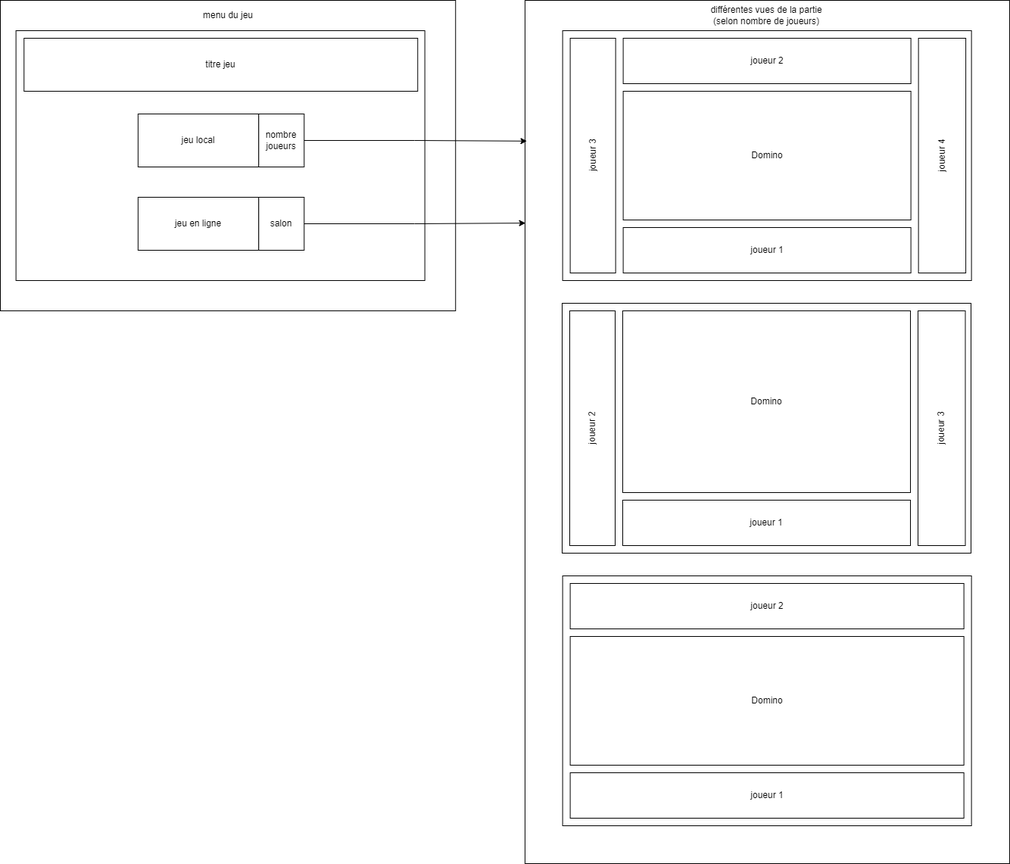
Before: ressources/prototype_maquette_vue.png, a diagram exported from draw.io (Davosthecool/Pickomino). Source tidied: cells renumbered, new cells last; positions are measured from the earlier drawing's top-left corner, leaving out a move shared by most shapes.
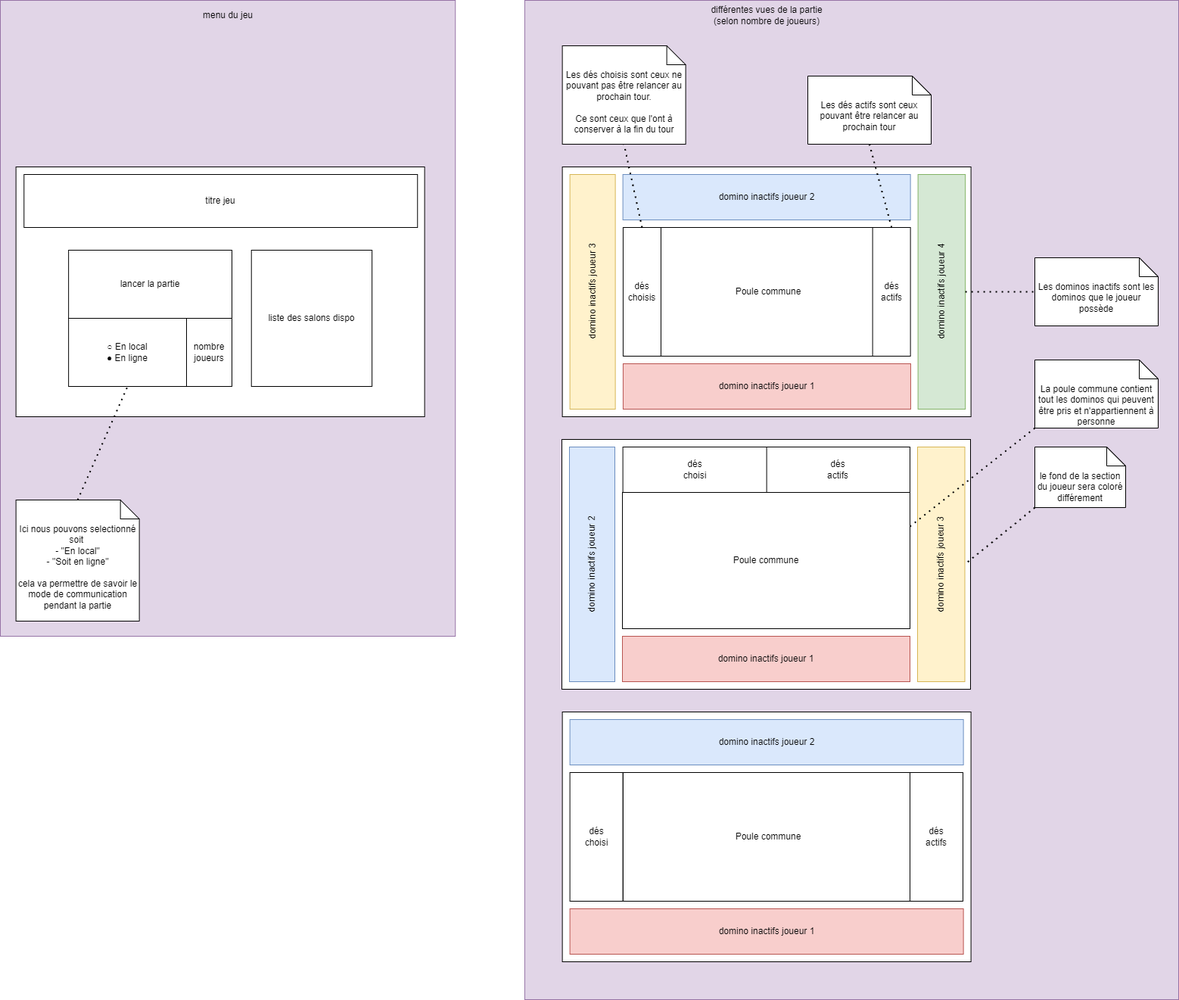
Above is the later version.

Diff of the diagram source:
```diff
@@ -2,11 +2,11 @@
   <root>
     <mxCell id="0" />
     <mxCell id="1" parent="0" />
-    <mxCell id="2" style="rounded=0;whiteSpace=wrap;html=1;" parent="1" vertex="1">
-      <mxGeometry width="601.2" height="410" as="geometry" />
+    <mxCell id="2" style="rounded=0;whiteSpace=wrap;html=1;fillColor=#e1d5e7;strokeColor=#9673a6;" parent="1" vertex="1">
+      <mxGeometry y="-180" width="601.2" height="840" as="geometry" />
     </mxCell>
-    <mxCell id="3" style="rounded=0;whiteSpace=wrap;html=1;" parent="1" vertex="1">
-      <mxGeometry x="692.9" width="640" height="1140" as="geometry" />
+    <mxCell id="3" style="rounded=0;whiteSpace=wrap;html=1;fillColor=#e1d5e7;strokeColor=#9673a6;" parent="1" vertex="1">
+      <mxGeometry x="692.9" y="-180" width="864.1" height="1320" as="geometry" />
     </mxCell>
     <mxCell id="4" style="rounded=0;whiteSpace=wrap;html=1;" parent="1" vertex="1">
       <mxGeometry x="20.6" y="40" width="540" height="330" as="geometry" />
@@ -14,74 +14,122 @@
     <mxCell id="5" style="rounded=0;whiteSpace=wrap;html=1;" parent="1" vertex="1">
       <mxGeometry x="742.6" y="40" width="540" height="330" as="geometry" />
     </mxCell>
-    <mxCell id="6" value="joueur 2" style="rounded=0;whiteSpace=wrap;html=1;" parent="1" vertex="1">
+    <mxCell id="6" value="domino inactifs joueur 2" style="rounded=0;whiteSpace=wrap;html=1;fillColor=#dae8fc;strokeColor=#6c8ebf;" parent="1" vertex="1">
       <mxGeometry x="822.6" y="50" width="380" height="60" as="geometry" />
     </mxCell>
-    <mxCell id="7" value="joueur 1" style="rounded=0;whiteSpace=wrap;html=1;" parent="1" vertex="1">
-      <mxGeometry x="822.6" y="300" width="380" height="60" as="geometry" />
-    </mxCell>
-    <mxCell id="8" value="joueur 3" style="rounded=0;whiteSpace=wrap;html=1;rotation=-90;" parent="1" vertex="1">
+    <mxCell id="8" value="domino inactifs joueur 3" style="rounded=0;whiteSpace=wrap;html=1;rotation=-90;fillColor=#fff2cc;strokeColor=#d6b656;" parent="1" vertex="1">
       <mxGeometry x="627.6" y="175" width="310" height="60" as="geometry" />
     </mxCell>
-    <mxCell id="9" value="joueur 4" style="rounded=0;whiteSpace=wrap;html=1;rotation=-90;" parent="1" vertex="1">
+    <mxCell id="9" value="domino inactifs joueur 4" style="rounded=0;whiteSpace=wrap;html=1;rotation=-90;fillColor=#d5e8d4;strokeColor=#82b366;" parent="1" vertex="1">
       <mxGeometry x="1088.9" y="173.8" width="310" height="62.5" as="geometry" />
     </mxCell>
-    <mxCell id="10" value="Domino" style="rounded=0;whiteSpace=wrap;html=1;" parent="1" vertex="1">
-      <mxGeometry x="822.6" y="120" width="380" height="170" as="geometry" />
+    <mxCell id="10" value="Poule commune" style="rounded=0;whiteSpace=wrap;html=1;" parent="1" vertex="1">
+      <mxGeometry x="872.9" y="120" width="284.1" height="170" as="geometry" />
     </mxCell>
     <mxCell id="11" style="rounded=0;whiteSpace=wrap;html=1;" parent="1" vertex="1">
       <mxGeometry x="742" y="400" width="540" height="330" as="geometry" />
     </mxCell>
-    <mxCell id="12" value="joueur 1" style="rounded=0;whiteSpace=wrap;html=1;" parent="1" vertex="1">
+    <mxCell id="12" value="domino inactifs joueur 1" style="rounded=0;whiteSpace=wrap;html=1;fillColor=#f8cecc;strokeColor=#b85450;" parent="1" vertex="1">
       <mxGeometry x="822" y="660" width="380" height="60" as="geometry" />
     </mxCell>
-    <mxCell id="13" value="joueur 2" style="rounded=0;whiteSpace=wrap;html=1;rotation=-90;" parent="1" vertex="1">
+    <mxCell id="13" value="domino inactifs joueur 2" style="rounded=0;whiteSpace=wrap;html=1;rotation=-90;fillColor=#dae8fc;strokeColor=#6c8ebf;" parent="1" vertex="1">
       <mxGeometry x="627" y="535" width="310" height="60" as="geometry" />
     </mxCell>
-    <mxCell id="14" value="joueur 3" style="rounded=0;whiteSpace=wrap;html=1;rotation=-90;" parent="1" vertex="1">
+    <mxCell id="14" value="domino inactifs joueur 3" style="rounded=0;whiteSpace=wrap;html=1;rotation=-90;fillColor=#fff2cc;strokeColor=#d6b656;" parent="1" vertex="1">
       <mxGeometry x="1088.2" y="533.8" width="310" height="62.5" as="geometry" />
     </mxCell>
-    <mxCell id="15" value="Domino" style="rounded=0;whiteSpace=wrap;html=1;" parent="1" vertex="1">
-      <mxGeometry x="822" y="410" width="380" height="240" as="geometry" />
+    <mxCell id="15" value="Poule commune" style="rounded=0;whiteSpace=wrap;html=1;" parent="1" vertex="1">
+      <mxGeometry x="822" y="470" width="380" height="180" as="geometry" />
     </mxCell>
     <mxCell id="16" style="rounded=0;whiteSpace=wrap;html=1;" parent="1" vertex="1">
       <mxGeometry x="742.6" y="760" width="540" height="330" as="geometry" />
     </mxCell>
-    <mxCell id="17" value="joueur 2" style="rounded=0;whiteSpace=wrap;html=1;" parent="1" vertex="1">
+    <mxCell id="17" value="domino inactifs joueur 2" style="rounded=0;whiteSpace=wrap;html=1;fillColor=#dae8fc;strokeColor=#6c8ebf;" parent="1" vertex="1">
       <mxGeometry x="752.6" y="770" width="520" height="60" as="geometry" />
     </mxCell>
-    <mxCell id="18" value="Domino" style="rounded=0;whiteSpace=wrap;html=1;" parent="1" vertex="1">
-      <mxGeometry x="752.6" y="840" width="520" height="170" as="geometry" />
+    <mxCell id="18" value="Poule commune" style="rounded=0;whiteSpace=wrap;html=1;" parent="1" vertex="1">
+      <mxGeometry x="822.9" y="840" width="384.1" height="170" as="geometry" />
     </mxCell>
-    <mxCell id="19" value="joueur 1" style="rounded=0;whiteSpace=wrap;html=1;" parent="1" vertex="1">
+    <mxCell id="19" value="domino inactifs joueur 1" style="rounded=0;whiteSpace=wrap;html=1;fillColor=#f8cecc;strokeColor=#b85450;" parent="1" vertex="1">
       <mxGeometry x="752.6" y="1020" width="520" height="60" as="geometry" />
     </mxCell>
     <mxCell id="20" value="titre jeu" style="rounded=0;whiteSpace=wrap;html=1;" parent="1" vertex="1">
       <mxGeometry x="31.2" y="50" width="520" height="70" as="geometry" />
     </mxCell>
-    <mxCell id="21" value="jeu local" style="rounded=0;whiteSpace=wrap;html=1;" parent="1" vertex="1">
-      <mxGeometry x="181.9" y="150" width="159.4" height="70" as="geometry" />
+    <mxCell id="21" value="lancer la partie" style="rounded=0;whiteSpace=wrap;html=1;" parent="1" vertex="1">
+      <mxGeometry x="90.1" y="150" width="215.9" height="90" as="geometry" />
     </mxCell>
-    <mxCell id="22" value="jeu en ligne" style="rounded=0;whiteSpace=wrap;html=1;" parent="1" vertex="1">
-      <mxGeometry x="181.9" y="260" width="159.4" height="70" as="geometry" />
-    </mxCell>
-    <mxCell id="23" style="edgeStyle=orthogonalEdgeStyle;rounded=0;jettySize=auto;html=1;exitX=1;exitY=0.5;exitDx=0;exitDy=0;entryX=0.001;entryY=0.258;entryDx=0;entryDy=0;entryPerimeter=0;" parent="1" edge="1" source="24" target="3">
-      <mxGeometry relative="1" as="geometry" />
-    </mxCell>
-    <mxCell id="24" value="salon" style="rounded=0;whiteSpace=wrap;html=1;" parent="1" vertex="1">
-      <mxGeometry x="341.2" y="260" width="60" height="70" as="geometry" />
-    </mxCell>
-    <mxCell id="25" style="edgeStyle=orthogonalEdgeStyle;rounded=0;jettySize=auto;html=1;exitX=1;exitY=0.5;exitDx=0;exitDy=0;entryX=0.004;entryY=0.163;entryDx=0;entryDy=0;entryPerimeter=0;" parent="1" edge="1" source="26" target="3">
-      <mxGeometry relative="1" as="geometry" />
-    </mxCell>
     <mxCell id="26" value="nombre joueurs" style="rounded=0;whiteSpace=wrap;html=1;" parent="1" vertex="1">
-      <mxGeometry x="341.2" y="150" width="60" height="70" as="geometry" />
+      <mxGeometry x="246" y="240" width="60" height="90" as="geometry" />
     </mxCell>
     <mxCell id="27" value="différentes vues de la partie&lt;br&gt;(selon nombre de joueurs)" style="text;html=1;strokeColor=none;fillColor=none;align=center;verticalAlign=middle;whiteSpace=wrap;rounded=0;" parent="1" vertex="1">
-      <mxGeometry x="812" width="400" height="40" as="geometry" />
+      <mxGeometry x="812.6" y="-180" width="400" height="40" as="geometry" />
     </mxCell>
     <mxCell id="28" value="menu du jeu" style="text;html=1;strokeColor=none;fillColor=none;align=center;verticalAlign=middle;whiteSpace=wrap;rounded=0;" parent="1" vertex="1">
-      <mxGeometry x="100.6" width="400" height="40" as="geometry" />
+      <mxGeometry x="100.6" y="-180" width="400" height="40" as="geometry" />
     </mxCell>
+    <mxCell id="29" value="liste&amp;nbsp;des salons dispo" style="rounded=0;whiteSpace=wrap;html=1;" parent="1" vertex="1">
+      <mxGeometry x="331.7" y="150" width="159.4" height="180" as="geometry" />
+    </mxCell>
+    <mxCell id="30" value="○ En local&lt;br&gt;● En ligne" style="rounded=0;whiteSpace=wrap;html=1;" parent="1" vertex="1">
+      <mxGeometry x="90.1" y="240" width="155.9" height="90" as="geometry" />
+    </mxCell>
+    <mxCell id="31" value="le fond de la section du joueur sera coloré différement" style="shape=note2;boundedLbl=1;whiteSpace=wrap;html=1;size=25;verticalAlign=top;align=center;" parent="1" vertex="1">
+      <mxGeometry x="1367" y="410" width="120" height="80" as="geometry" />
+    </mxCell>
+    <mxCell id="32" style="endArrow=none;dashed=1;html=1;dashPattern=1 3;strokeWidth=2;rounded=0;exitX=0;exitY=1;exitDx=0;exitDy=0;exitPerimeter=0;entryX=0.5;entryY=1;entryDx=0;entryDy=0;" parent="1" edge="1" source="31" target="14">
+      <mxGeometry relative="1" as="geometry" />
+    </mxCell>
+    <mxCell id="33" value="domino inactifs joueur 1" style="rounded=0;whiteSpace=wrap;html=1;fillColor=#f8cecc;strokeColor=#b85450;" parent="1" vertex="1">
+      <mxGeometry x="822.9" y="300" width="380" height="60" as="geometry" />
+    </mxCell>
+    <mxCell id="34" value="dés&lt;br&gt;actifs" style="rounded=0;whiteSpace=wrap;html=1;" parent="1" vertex="1">
+      <mxGeometry x="1202" y="840" width="70" height="170" as="geometry" />
+    </mxCell>
+    <mxCell id="35" value="dés&lt;br&gt;choisi" style="rounded=0;whiteSpace=wrap;html=1;" parent="1" vertex="1">
+      <mxGeometry x="752.6" y="840" width="70" height="170" as="geometry" />
+    </mxCell>
+    <mxCell id="36" value="dés&lt;br&gt;actifs" style="rounded=0;whiteSpace=wrap;html=1;" parent="1" vertex="1">
+      <mxGeometry x="1012" y="410" width="190" height="60" as="geometry" />
+    </mxCell>
+    <mxCell id="37" value="dés&lt;br&gt;choisi" style="rounded=0;whiteSpace=wrap;html=1;" parent="1" vertex="1">
+      <mxGeometry x="822.6" y="410" width="190" height="60" as="geometry" />
+    </mxCell>
+    <mxCell id="38" value="dés&lt;br&gt;choisis" style="rounded=0;whiteSpace=wrap;html=1;" parent="1" vertex="1">
+      <mxGeometry x="822.9" y="120" width="50" height="170" as="geometry" />
+    </mxCell>
+    <mxCell id="39" value="dés&lt;br&gt;actifs" style="rounded=0;whiteSpace=wrap;html=1;" parent="1" vertex="1">
+      <mxGeometry x="1152.6" y="120" width="50" height="170" as="geometry" />
+    </mxCell>
+    <mxCell id="40" style="endArrow=none;dashed=1;html=1;dashPattern=1 3;strokeWidth=2;rounded=0;exitX=0.5;exitY=0;exitDx=0;exitDy=0;entryX=0.5;entryY=1;entryDx=0;entryDy=0;entryPerimeter=0;" parent="1" edge="1" source="38" target="41">
+      <mxGeometry relative="1" as="geometry" />
+    </mxCell>
+    <mxCell id="41" value="Les dés choisis sont ceux ne pouvant pas être relancer au prochain tour.&lt;br&gt;&lt;br&gt;Ce sont ceux que l'ont à conserver à la fin du tour" style="shape=note2;boundedLbl=1;whiteSpace=wrap;html=1;size=25;verticalAlign=top;align=center;" parent="1" vertex="1">
+      <mxGeometry x="742.6" y="-120" width="163" height="130" as="geometry" />
+    </mxCell>
+    <mxCell id="42" value="Les dés actifs sont ceux pouvant être relancer au prochain tour" style="shape=note2;boundedLbl=1;whiteSpace=wrap;html=1;size=25;verticalAlign=top;align=center;" parent="1" vertex="1">
+      <mxGeometry x="1067" y="-80" width="163" height="90" as="geometry" />
+    </mxCell>
+    <mxCell id="43" style="endArrow=none;dashed=1;html=1;dashPattern=1 3;strokeWidth=2;rounded=0;exitX=0.5;exitY=0;exitDx=0;exitDy=0;entryX=0.5;entryY=1;entryDx=0;entryDy=0;entryPerimeter=0;" parent="1" edge="1" source="39" target="42">
+      <mxGeometry relative="1" as="geometry" />
+    </mxCell>
+    <mxCell id="44" value="Les dominos inactifs sont les dominos que le joueur possède" style="shape=note2;boundedLbl=1;whiteSpace=wrap;html=1;size=25;verticalAlign=top;align=center;" parent="1" vertex="1">
+      <mxGeometry x="1367" y="160" width="163" height="90" as="geometry" />
+    </mxCell>
+    <mxCell id="45" style="endArrow=none;dashed=1;html=1;dashPattern=1 3;strokeWidth=2;rounded=0;entryX=0;entryY=0.5;entryDx=0;entryDy=0;entryPerimeter=0;exitX=0.5;exitY=1;exitDx=0;exitDy=0;" parent="1" edge="1" source="9" target="44">
+      <mxGeometry relative="1" as="geometry" />
+    </mxCell>
+    <mxCell id="46" value="La poule commune contient tout les dominos qui peuvent être pris et n'appartiennent à personne" style="shape=note2;boundedLbl=1;whiteSpace=wrap;html=1;size=25;verticalAlign=top;align=center;" parent="1" vertex="1">
+      <mxGeometry x="1367" y="295" width="163" height="90" as="geometry" />
+    </mxCell>
+    <mxCell id="47" style="endArrow=none;dashed=1;html=1;dashPattern=1 3;strokeWidth=2;rounded=0;entryX=0;entryY=1;entryDx=0;entryDy=0;entryPerimeter=0;exitX=1;exitY=0.25;exitDx=0;exitDy=0;" parent="1" edge="1" source="15" target="46">
+      <mxGeometry relative="1" as="geometry" />
+    </mxCell>
+    <mxCell id="48" value="Ici nous pouvons selectionné soit&amp;nbsp;&lt;br&gt;- &quot;En local&quot;&lt;br&gt;- &quot;Soit en ligne&quot;&lt;br&gt;&lt;br&gt;cela va permettre de savoir le mode de communication pendant la partie" style="shape=note2;boundedLbl=1;whiteSpace=wrap;html=1;size=25;verticalAlign=top;align=center;" parent="1" vertex="1">
+      <mxGeometry x="20.6" y="480" width="163" height="160" as="geometry" />
+    </mxCell>
+    <mxCell id="49" style="endArrow=none;dashed=1;html=1;dashPattern=1 3;strokeWidth=2;rounded=0;exitX=0.5;exitY=0;exitDx=0;exitDy=0;exitPerimeter=0;entryX=0.5;entryY=1;entryDx=0;entryDy=0;" parent="1" edge="1" source="48" target="30">
+      <mxGeometry relative="1" as="geometry" />
+    </mxCell>
   </root>
 </mxGraphModel>
```
